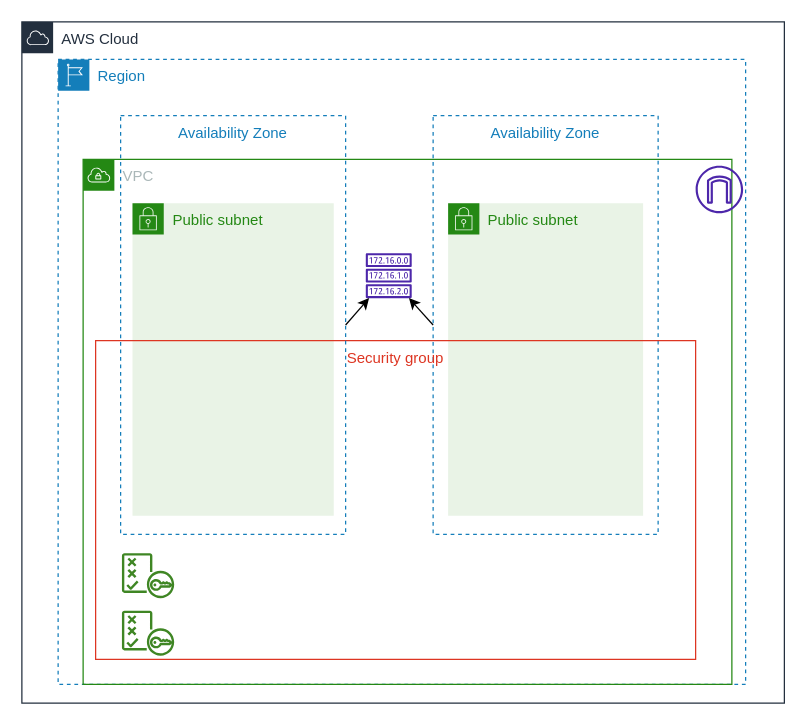
Earlier version of the draw.io diagram classrooms/iac/terraform/docs/deployment.drawio (andrevst/fullcycle-3.0). Source tidied: cells renumbered, new cells numbered last; positions are measured from the earlier drawing's top-left corner, leaving out a move shared by most shapes. Both pictures are drawn from the tidied source at 125%, with x=0, y=0 at pixel (21, 21).
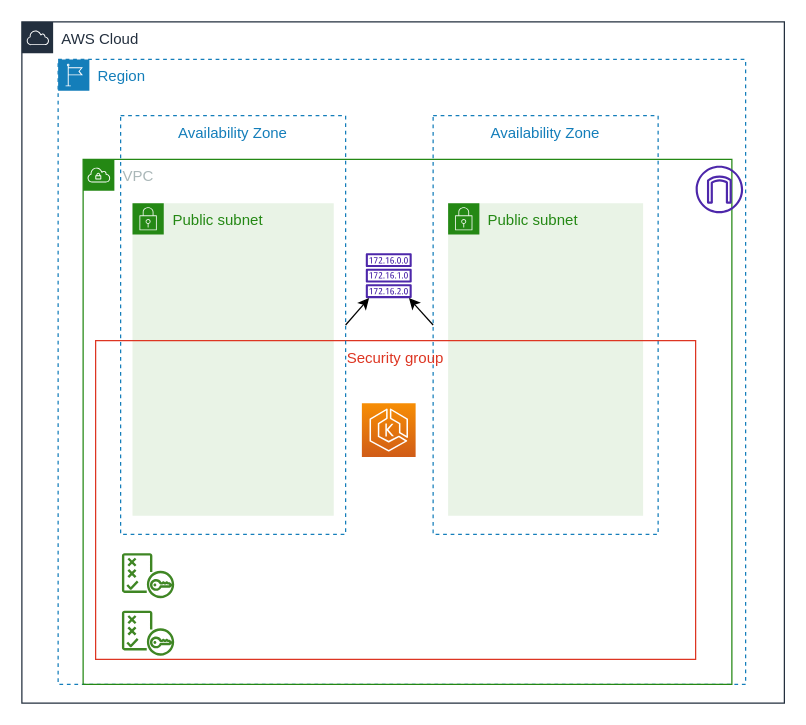
The same diagram, later.

Diff of the diagram source:
```diff
@@
 <mxGraphModel>
   <root>
     <mxCell id="0" />
     <mxCell id="1" parent="0" />
     <mxCell id="2" value="AWS Cloud" style="gradientColor=none;html=1;whiteSpace=wrap;fontSize=12;fontStyle=0;shape=mxgraph.aws4.group;grIcon=mxgraph.aws4.group_aws_cloud;strokeColor=#232F3E;fillColor=none;verticalAlign=top;align=left;spacingLeft=30;fontColor=#232F3E;dashed=0;" parent="1" vertex="1">
       <mxGeometry width="610" height="545" as="geometry" />
     </mxCell>
     <mxCell id="3" value="Region" style="gradientColor=none;html=1;whiteSpace=wrap;fontSize=12;fontStyle=0;shape=mxgraph.aws4.group;grIcon=mxgraph.aws4.group_region;strokeColor=#147EBA;fillColor=none;verticalAlign=top;align=left;spacingLeft=30;fontColor=#147EBA;dashed=1;" parent="1" vertex="1">
       <mxGeometry x="29" y="30" width="550" height="500" as="geometry" />
     </mxCell>
     <mxCell id="4" value="Public subnet" style="gradientColor=none;html=1;whiteSpace=wrap;fontSize=12;fontStyle=0;shape=mxgraph.aws4.group;grIcon=mxgraph.aws4.group_security_group;grStroke=0;strokeColor=#248814;fillColor=#E9F3E6;verticalAlign=top;align=left;spacingLeft=30;fontColor=#248814;dashed=0;" parent="3" vertex="1">
       <mxGeometry x="59.5" y="115" width="161" height="250" as="geometry" />
     </mxCell>
     <mxCell id="5" value="Public subnet" style="gradientColor=none;html=1;whiteSpace=wrap;fontSize=12;fontStyle=0;shape=mxgraph.aws4.group;grIcon=mxgraph.aws4.group_security_group;grStroke=0;strokeColor=#248814;fillColor=#E9F3E6;verticalAlign=top;align=left;spacingLeft=30;fontColor=#248814;dashed=0;" parent="3" vertex="1">
       <mxGeometry x="312" y="115" width="156" height="250" as="geometry" />
     </mxCell>
     <mxCell id="6" value="Availability Zone" style="fillColor=none;strokeColor=#147EBA;dashed=1;verticalAlign=top;fontStyle=0;fontColor=#147EBA;" parent="3" vertex="1">
       <mxGeometry x="300" y="45" width="180" height="335" as="geometry" />
     </mxCell>
     <mxCell id="7" value="VPC" style="gradientColor=none;html=1;whiteSpace=wrap;fontSize=12;fontStyle=0;shape=mxgraph.aws4.group;grIcon=mxgraph.aws4.group_vpc;strokeColor=#248814;fillColor=none;verticalAlign=top;align=left;spacingLeft=30;fontColor=#AAB7B8;dashed=0;" parent="3" vertex="1">
       <mxGeometry x="20" y="80" width="519" height="420" as="geometry" />
     </mxCell>
     <mxCell id="8" style="sketch=0;outlineConnect=0;fontColor=#232F3E;gradientColor=none;fillColor=#4D27AA;strokeColor=none;dashed=0;verticalLabelPosition=bottom;verticalAlign=top;align=center;html=1;fontSize=12;fontStyle=0;shape=mxgraph.aws4.route_table;" parent="7" vertex="1">
       <mxGeometry x="226" y="75" width="37" height="36" as="geometry" />
     </mxCell>
     <mxCell id="9" style="sketch=0;fontColor=#232F3E;gradientColor=none;fillColor=#3F8624;strokeColor=none;dashed=0;verticalLabelPosition=bottom;verticalAlign=top;align=center;html=1;fontSize=12;fontStyle=0;shape=mxgraph.aws4.policy;" parent="7" vertex="1">
       <mxGeometry x="31" y="361" width="41.9" height="36" as="geometry" />
     </mxCell>
     <mxCell id="10" value="Security group" style="fillColor=none;strokeColor=#DD3522;verticalAlign=top;fontStyle=0;fontColor=#DD3522;" parent="7" vertex="1">
       <mxGeometry x="10" y="145" width="480" height="255" as="geometry" />
     </mxCell>
     <mxCell id="11" style="sketch=0;fontColor=#232F3E;gradientColor=none;fillColor=#3F8624;strokeColor=none;dashed=0;verticalLabelPosition=bottom;verticalAlign=top;align=center;html=1;fontSize=12;fontStyle=0;shape=mxgraph.aws4.policy;" parent="7" vertex="1">
       <mxGeometry x="31" y="315" width="41.9" height="36" as="geometry" />
     </mxCell>
     <mxCell id="12" style="sketch=0;fontColor=#232F3E;gradientColor=none;fillColor=#4D27AA;strokeColor=none;dashed=0;verticalLabelPosition=bottom;verticalAlign=top;align=center;html=1;fontSize=12;fontStyle=0;shape=mxgraph.aws4.internet_gateway;" parent="7" vertex="1">
       <mxGeometry x="490" y="5" width="38" height="38" as="geometry" />
     </mxCell>
+    <mxCell id="16" style="sketch=0;fontColor=#232F3E;gradientColor=#F78E04;gradientDirection=north;fillColor=#D05C17;strokeColor=#ffffff;dashed=0;verticalLabelPosition=bottom;verticalAlign=top;align=center;html=1;fontSize=12;fontStyle=0;shape=mxgraph.aws4.resourceIcon;resIcon=mxgraph.aws4.eks;" parent="7" vertex="1">
+      <mxGeometry x="223" y="195" width="43" height="43" as="geometry" />
+    </mxCell>
     <mxCell id="13" style="edgeStyle=none;html=1;entryX=1;entryY=0.5;entryDx=0;entryDy=0;endArrow=none;endFill=0;startArrow=classic;startFill=1;" parent="3" edge="1" source="8" target="14">
       <mxGeometry relative="1" as="geometry" />
     </mxCell>
     <mxCell id="14" value="Availability Zone" style="fillColor=none;strokeColor=#147EBA;dashed=1;verticalAlign=top;fontStyle=0;fontColor=#147EBA;" parent="3" vertex="1">
       <mxGeometry x="50" y="45" width="180" height="335" as="geometry" />
     </mxCell>
     <mxCell id="15" style="edgeStyle=none;html=1;entryX=0;entryY=0.5;entryDx=0;entryDy=0;endArrow=none;endFill=0;startArrow=classic;startFill=1;" parent="3" edge="1" source="8" target="6">
       <mxGeometry relative="1" as="geometry" />
     </mxCell>
   </root>
 </mxGraphModel>
```
